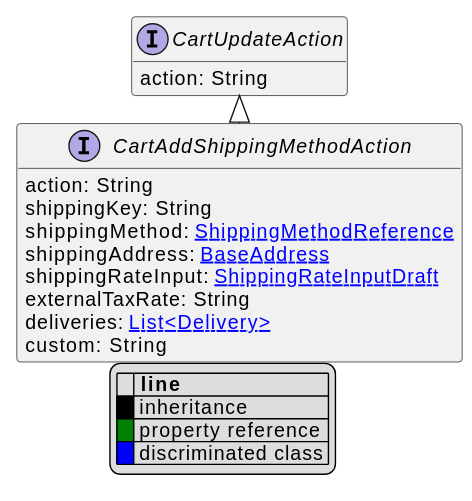
Before: uml/api/svg/CartAddShippingMethodAction.svg, a diagram exported from PlantUML (commercetools/commercetools-api-reference).
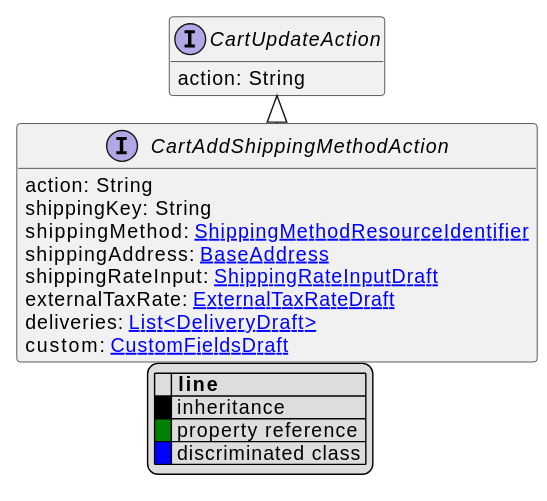
Above is the later version.

Diff of the diagram source:
```diff
@@ -11,12 +11,12 @@
 interface CartAddShippingMethodAction [[CartAddShippingMethodAction.svg]] extends CartUpdateAction {
     action: String
     shippingKey: String
-    shippingMethod: [[ShippingMethodReference.svg ShippingMethodReference]]
+    shippingMethod: [[ShippingMethodResourceIdentifier.svg ShippingMethodResourceIdentifier]]
     shippingAddress: [[BaseAddress.svg BaseAddress]]
     shippingRateInput: [[ShippingRateInputDraft.svg ShippingRateInputDraft]]
-    externalTaxRate: String
-    deliveries: [[Delivery.svg List<Delivery>]]
-    custom: String
+    externalTaxRate: [[ExternalTaxRateDraft.svg ExternalTaxRateDraft]]
+    deliveries: [[DeliveryDraft.svg List<DeliveryDraft>]]
+    custom: [[CustomFieldsDraft.svg CustomFieldsDraft]]
 }
 interface CartUpdateAction [[CartUpdateAction.svg]]  {
     action: String
```
